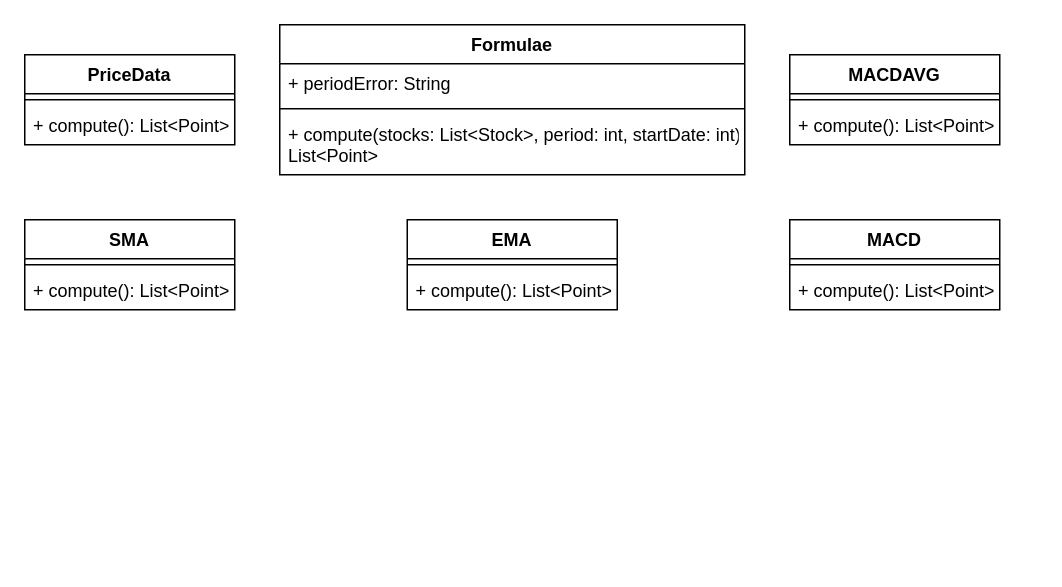
This is diagrams/ClassDiagram.drawio from TudorMaxim/FinancialSystemsCoursework, a draw.io file, before an edit. Source tidied: cells renumbered, new cells numbered last; positions are measured from the earlier drawing's top-left corner, leaving out a move shared by most shapes. Both pictures are drawn from the tidied source at 150%, with x=0, y=0 at pixel (24, 24).
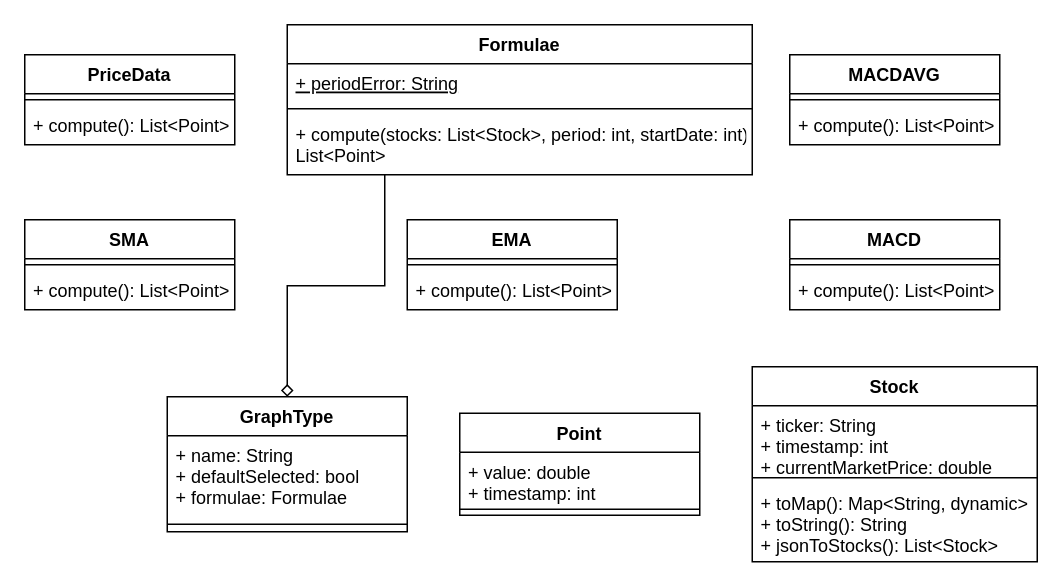
Above is the later version.

Commit message:
Model classes added

What changed in the source:
```diff
@@
+    <mxCell id="21" style="edgeStyle=orthogonalEdgeStyle;rounded=0;jettySize=auto;html=1;entryX=0.5;entryY=0;entryDx=0;entryDy=0;endArrow=diamond;endFill=0;" parent="1" edge="1" source="2" target="22">
+      <mxGeometry relative="1" as="geometry">
+        <Array as="points">
+          <mxPoint x="240" y="174" />
+          <mxPoint x="175" y="174" />
+        </Array>
+      </mxGeometry>
+    </mxCell>
     <mxCell id="2" value="Formulae" style="swimlane;fontStyle=1;align=center;verticalAlign=top;horizontal=1;startSize=26;" parent="1" vertex="1">
-      <mxGeometry x="170" width="310" height="100" as="geometry" />
+      <mxGeometry x="175" width="310" height="100" as="geometry" />
     </mxCell>
-    <mxCell id="3" value="+ periodError: String" style="text;strokeColor=none;fillColor=none;align=left;verticalAlign=top;spacingLeft=4;spacingRight=4;overflow=hidden;" parent="2" vertex="1">
+    <mxCell id="3" value="+ periodError: String" style="text;strokeColor=none;fillColor=none;align=left;verticalAlign=top;spacingLeft=4;spacingRight=4;overflow=hidden;fontStyle=4;" parent="2" vertex="1">
       <mxGeometry y="26" width="310" height="26" as="geometry" />
     </mxCell>
@@
+    <mxCell id="22" value="GraphType" style="swimlane;fontStyle=1;align=center;verticalAlign=top;horizontal=1;startSize=26;" parent="1" vertex="1">
+      <mxGeometry x="95" y="248" width="160" height="90" as="geometry" />
+    </mxCell>
+    <mxCell id="23" value="+ name: String&#10;+ defaultSelected: bool&#10;+ formulae: Formulae" style="text;strokeColor=none;fillColor=none;align=left;verticalAlign=top;spacingLeft=4;spacingRight=4;overflow=hidden;" parent="22" vertex="1">
+      <mxGeometry y="26" width="160" height="54" as="geometry" />
+    </mxCell>
+    <mxCell id="24" style="line;strokeWidth=1;fillColor=none;align=left;verticalAlign=middle;spacingTop=-1;spacingLeft=3;spacingRight=3;labelPosition=right;" parent="22" vertex="1">
+      <mxGeometry y="80" width="160" height="10" as="geometry" />
+    </mxCell>
+    <mxCell id="25" value="Point" style="swimlane;fontStyle=1;align=center;verticalAlign=top;horizontal=1;startSize=26;" parent="1" vertex="1">
+      <mxGeometry x="290" y="259" width="160" height="68" as="geometry" />
+    </mxCell>
+    <mxCell id="26" value="+ value: double&#10;+ timestamp: int" style="text;strokeColor=none;fillColor=none;align=left;verticalAlign=top;spacingLeft=4;spacingRight=4;overflow=hidden;" parent="25" vertex="1">
+      <mxGeometry y="26" width="160" height="34" as="geometry" />
+    </mxCell>
+    <mxCell id="27" style="line;strokeWidth=1;fillColor=none;align=left;verticalAlign=middle;spacingTop=-1;spacingLeft=3;spacingRight=3;labelPosition=right;" parent="25" vertex="1">
+      <mxGeometry y="60" width="160" height="8" as="geometry" />
+    </mxCell>
+    <mxCell id="28" value="Stock" style="swimlane;fontStyle=1;align=center;verticalAlign=top;horizontal=1;startSize=26;" parent="1" vertex="1">
+      <mxGeometry x="485" y="228" width="190" height="130" as="geometry" />
+    </mxCell>
+    <mxCell id="29" value="+ ticker: String&#10;+ timestamp: int&#10;+ currentMarketPrice: double" style="text;strokeColor=none;fillColor=none;align=left;verticalAlign=top;spacingLeft=4;spacingRight=4;overflow=hidden;" parent="28" vertex="1">
+      <mxGeometry y="26" width="190" height="44" as="geometry" />
+    </mxCell>
+    <mxCell id="30" style="line;strokeWidth=1;fillColor=none;align=left;verticalAlign=middle;spacingTop=-1;spacingLeft=3;spacingRight=3;labelPosition=right;" parent="28" vertex="1">
+      <mxGeometry y="70" width="190" height="8" as="geometry" />
+    </mxCell>
+    <mxCell id="31" value="+ toMap(): Map&lt;String, dynamic&gt;&#10;+ toString(): String&#10;+ jsonToStocks(): List&lt;Stock&gt;&#10;" style="text;strokeColor=none;fillColor=none;align=left;verticalAlign=top;spacingLeft=4;spacingRight=4;overflow=hidden;" parent="28" vertex="1">
+      <mxGeometry y="78" width="190" height="52" as="geometry" />
+    </mxCell>
```
